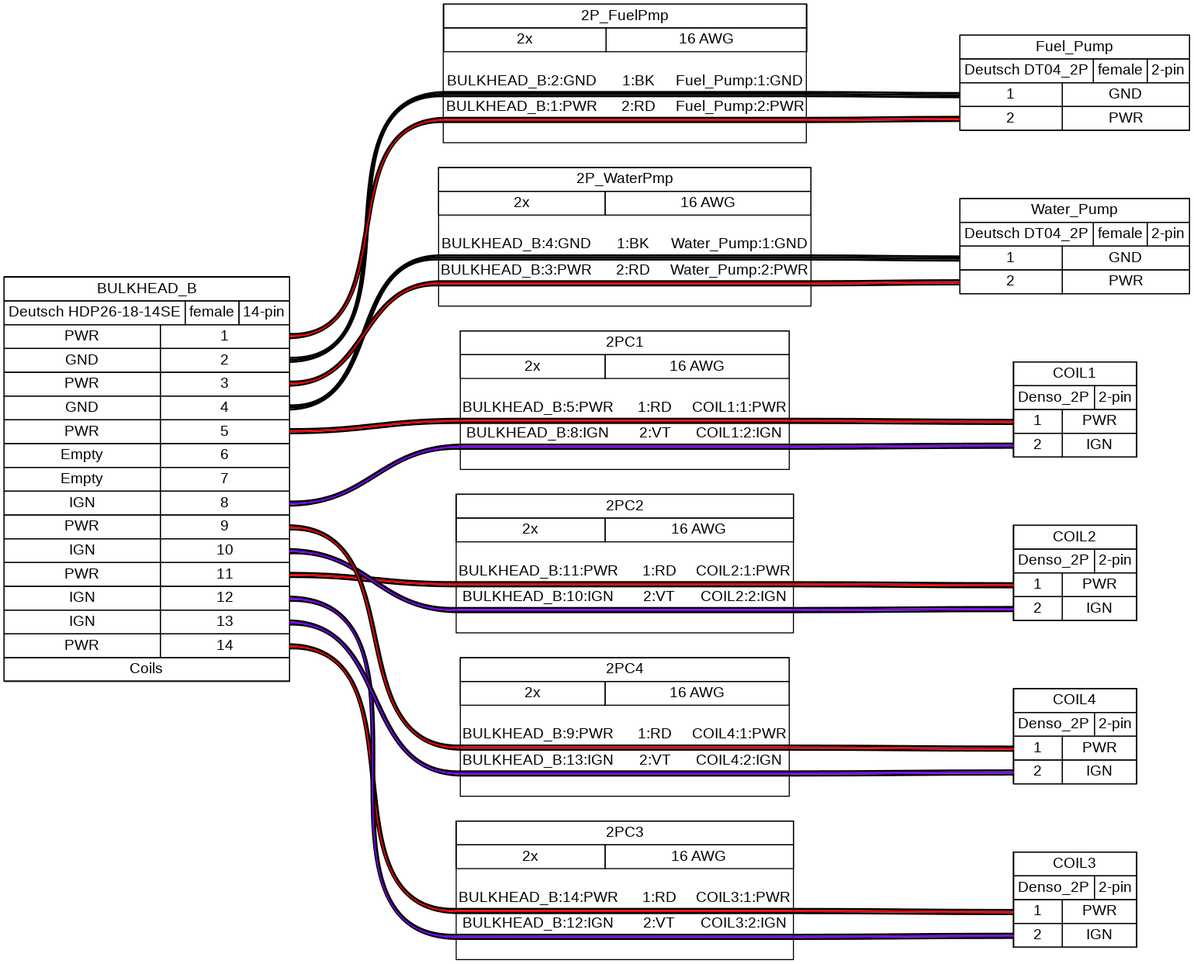
This is wiring-env/Harness25/Back_Harness/BulkHeadB/BulkheadB_14p.png from BetterPetr/RM25_Harness, a Graphviz export, as it was before one commit. Its source is kept beside it as wiring-env/Harness25/Back_Harness/BulkHeadB/BulkheadB_14p.gv.
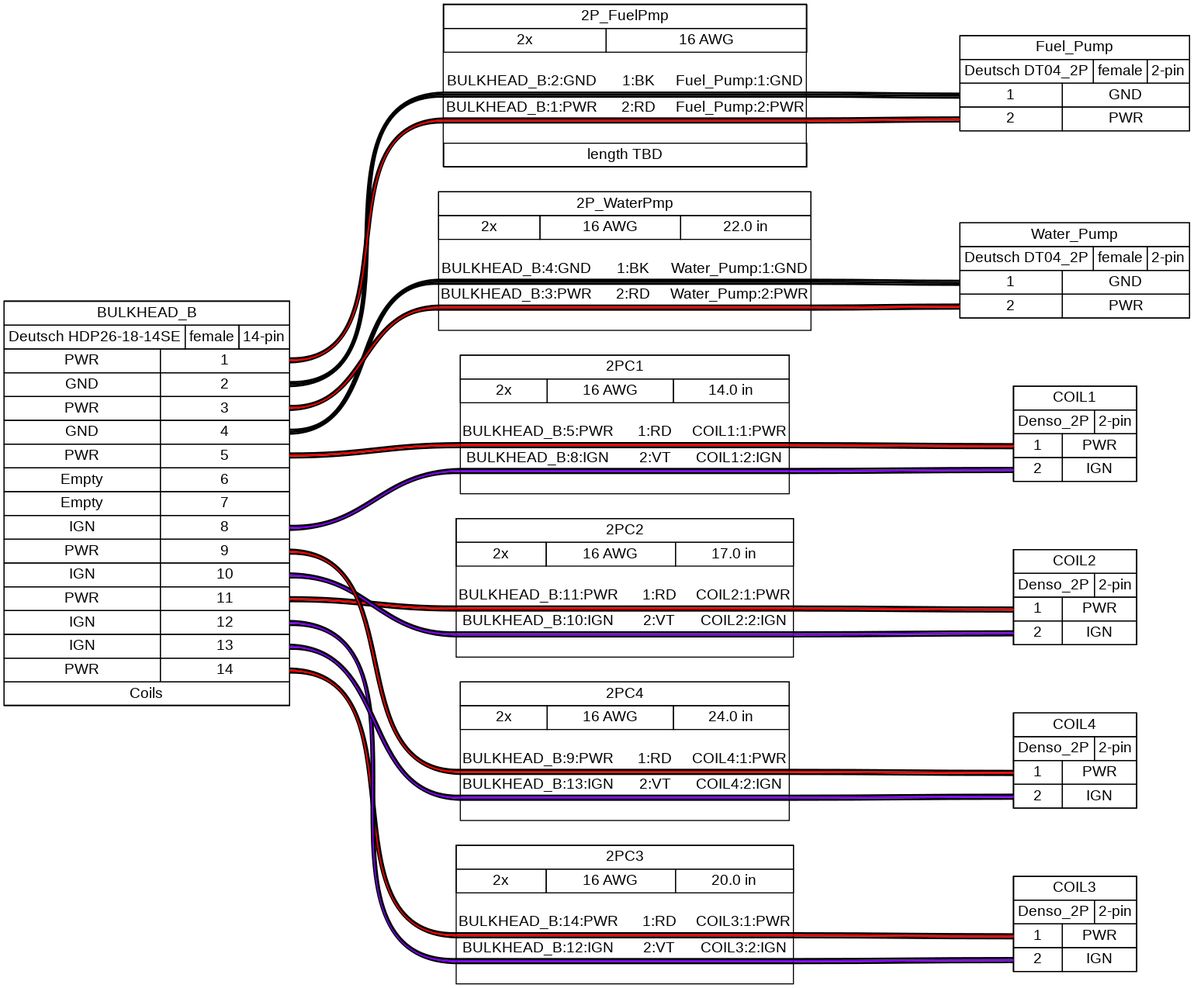
The same diagram one commit later.

Diff of the diagram source:
```diff
@@ -264,6 +264,7 @@
   <table border="0" cellspacing="0" cellpadding="3" cellborder="1"><tr>
    <td balign="left">2x</td>
    <td balign="left">16 AWG</td>
+   <td balign="left">14.0 in</td>
   </tr></table>
  </td></tr>
  <tr><td>
@@ -323,6 +324,7 @@
   <table border="0" cellspacing="0" cellpadding="3" cellborder="1"><tr>
    <td balign="left">2x</td>
    <td balign="left">16 AWG</td>
+   <td balign="left">17.0 in</td>
   </tr></table>
  </td></tr>
  <tr><td>
@@ -382,6 +384,7 @@
   <table border="0" cellspacing="0" cellpadding="3" cellborder="1"><tr>
    <td balign="left">2x</td>
    <td balign="left">16 AWG</td>
+   <td balign="left">20.0 in</td>
   </tr></table>
  </td></tr>
  <tr><td>
@@ -441,6 +444,7 @@
   <table border="0" cellspacing="0" cellpadding="3" cellborder="1"><tr>
    <td balign="left">2x</td>
    <td balign="left">16 AWG</td>
+   <td balign="left">24.0 in</td>
   </tr></table>
  </td></tr>
  <tr><td>
@@ -540,6 +544,11 @@
    <tr><td>&nbsp;</td></tr>
   </table>
  </td></tr>
+ <tr><td>
+  <table border="0" cellspacing="0" cellpadding="3" cellborder="1"><tr>
+   <td balign="left">length TBD</td>
+  </tr></table>
+ </td></tr>
 </table>
 > fillcolor="#FFFFFF" shape=box style=filled]
 	edge [color="#000000:#000000:#000000"]
@@ -559,6 +568,7 @@
   <table border="0" cellspacing="0" cellpadding="3" cellborder="1"><tr>
    <td balign="left">2x</td>
    <td balign="left">16 AWG</td>
+   <td balign="left">22.0 in</td>
   </tr></table>
  </td></tr>
  <tr><td>
```
